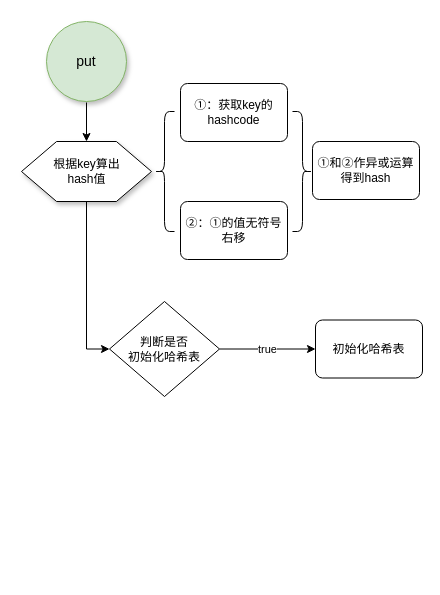
Above: typora/JavaSE/6 集合/drawio/HashMap/put过程1.8.drawio in LDChing0321/JavaLearn (draw.io), before the change. Source tidied: cells renumbered, new cells numbered last; positions are measured from the earlier drawing's top-left corner, leaving out a move shared by most shapes. Both pictures are drawn from the tidied source at 100%, with x=0, y=0 at pixel (21, 21).
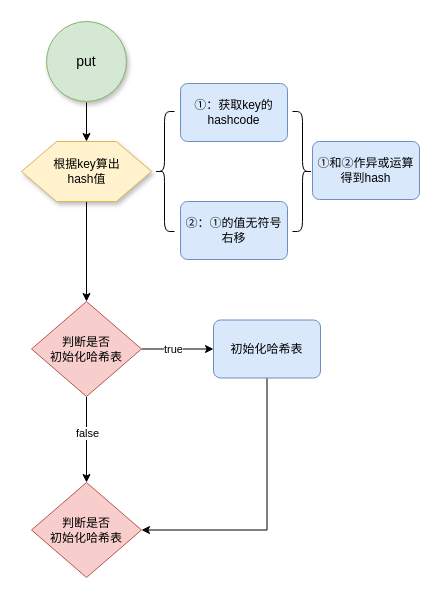
The same page after the edit.

Diff of the diagram source:
```diff
@@
-    <mxCell id="4" style="edgeStyle=orthogonalEdgeStyle;rounded=0;jettySize=auto;html=1;entryX=0;entryY=0.5;entryDx=0;entryDy=0;entryPerimeter=0;" parent="1" edge="1" source="5" target="13">
+    <mxCell id="4" style="edgeStyle=orthogonalEdgeStyle;rounded=0;jettySize=auto;html=1;" parent="1" edge="1" source="5" target="13">
       <mxGeometry relative="1" as="geometry" />
     </mxCell>
-    <mxCell id="5" value="根据key算出&lt;br&gt;hash值" style="verticalLabelPosition=middle;verticalAlign=middle;html=1;shape=hexagon;perimeter=hexagonPerimeter2;arcSize=6;size=0.27;shadow=1;labelBorderColor=none;fontSize=12;strokeColor=default;strokeWidth=1;gradientColor=none;labelPosition=center;align=center;" parent="1" vertex="1">
+    <mxCell id="5" value="根据key算出&lt;br&gt;hash值" style="verticalLabelPosition=middle;verticalAlign=middle;html=1;shape=hexagon;perimeter=hexagonPerimeter2;arcSize=6;size=0.27;shadow=1;labelBorderColor=none;fontSize=12;strokeColor=#d6b656;strokeWidth=1;labelPosition=center;align=center;fillColor=#fff2cc;" parent="1" vertex="1">
       <mxGeometry y="120" width="130" height="60" as="geometry" />
     </mxCell>
@@
-    <mxCell id="7" value="①：获取key的hashcode" style="rounded=1;whiteSpace=wrap;html=1;absoluteArcSize=1;arcSize=14;strokeWidth=1;" parent="1" vertex="1">
+    <mxCell id="7" value="①：获取key的hashcode" style="rounded=1;whiteSpace=wrap;html=1;absoluteArcSize=1;arcSize=14;strokeWidth=1;fillColor=#dae8fc;strokeColor=#6c8ebf;" parent="1" vertex="1">
       <mxGeometry x="159" y="62" width="107" height="58" as="geometry" />
     </mxCell>
-    <mxCell id="8" value="②：①的值无符号右移" style="rounded=1;whiteSpace=wrap;html=1;absoluteArcSize=1;arcSize=14;strokeWidth=1;" parent="1" vertex="1">
+    <mxCell id="8" value="②：①的值无符号右移" style="rounded=1;whiteSpace=wrap;html=1;absoluteArcSize=1;arcSize=14;strokeWidth=1;fillColor=#dae8fc;strokeColor=#6c8ebf;" parent="1" vertex="1">
       <mxGeometry x="159" y="180" width="107" height="58" as="geometry" />
     </mxCell>
@@
-    <mxCell id="10" value="①和②作异或运算得到hash" style="rounded=1;whiteSpace=wrap;html=1;absoluteArcSize=1;arcSize=14;strokeWidth=1;" parent="1" vertex="1">
+    <mxCell id="10" value="①和②作异或运算得到hash" style="rounded=1;whiteSpace=wrap;html=1;absoluteArcSize=1;arcSize=14;strokeWidth=1;fillColor=#dae8fc;strokeColor=#6c8ebf;" parent="1" vertex="1">
       <mxGeometry x="291" y="120" width="107" height="58" as="geometry" />
     </mxCell>
@@
+    <mxCell id="15" style="edgeStyle=orthogonalEdgeStyle;rounded=0;jettySize=auto;html=1;" parent="1" edge="1" source="13" target="18">
+      <mxGeometry relative="1" as="geometry" />
+    </mxCell>
+    <mxCell id="16" value="false" style="edgeLabel;html=1;align=center;verticalAlign=middle;" parent="15" vertex="1">
+      <mxGeometry x="0.28" y="-2" relative="1" as="geometry">
+        <mxPoint x="2" y="-19" as="offset" />
+      </mxGeometry>
+    </mxCell>
-    <mxCell id="13" value="判断是否&lt;br&gt;初始化哈希表" style="strokeWidth=1;html=1;shape=mxgraph.flowchart.decision;whiteSpace=wrap;" parent="1" vertex="1">
-      <mxGeometry x="88" y="280" width="110" height="95" as="geometry" />
+    <mxCell id="13" value="判断是否&lt;br&gt;初始化哈希表" style="strokeWidth=1;html=1;shape=mxgraph.flowchart.decision;whiteSpace=wrap;fillColor=#f8cecc;strokeColor=#b85450;" parent="1" vertex="1">
+      <mxGeometry x="10" y="280" width="110" height="95" as="geometry" />
     </mxCell>
+    <mxCell id="17" style="edgeStyle=orthogonalEdgeStyle;rounded=0;jettySize=auto;html=1;exitX=0.5;exitY=1;exitDx=0;exitDy=0;entryX=1;entryY=0.5;entryDx=0;entryDy=0;entryPerimeter=0;" parent="1" edge="1" source="14" target="18">
+      <mxGeometry relative="1" as="geometry" />
+    </mxCell>
-    <mxCell id="14" value="初始化哈希表" style="rounded=1;whiteSpace=wrap;html=1;absoluteArcSize=1;arcSize=14;strokeWidth=1;" parent="1" vertex="1">
-      <mxGeometry x="294" y="298.5" width="107" height="58" as="geometry" />
+    <mxCell id="14" value="初始化哈希表" style="rounded=1;whiteSpace=wrap;html=1;absoluteArcSize=1;arcSize=14;strokeWidth=1;fillColor=#dae8fc;strokeColor=#6c8ebf;" parent="1" vertex="1">
+      <mxGeometry x="192" y="298.5" width="107" height="58" as="geometry" />
     </mxCell>
+    <mxCell id="18" value="判断是否&lt;br&gt;初始化哈希表" style="strokeWidth=1;html=1;shape=mxgraph.flowchart.decision;whiteSpace=wrap;fillColor=#f8cecc;strokeColor=#b85450;" parent="1" vertex="1">
+      <mxGeometry x="10" y="461" width="110" height="95" as="geometry" />
+    </mxCell>
```
